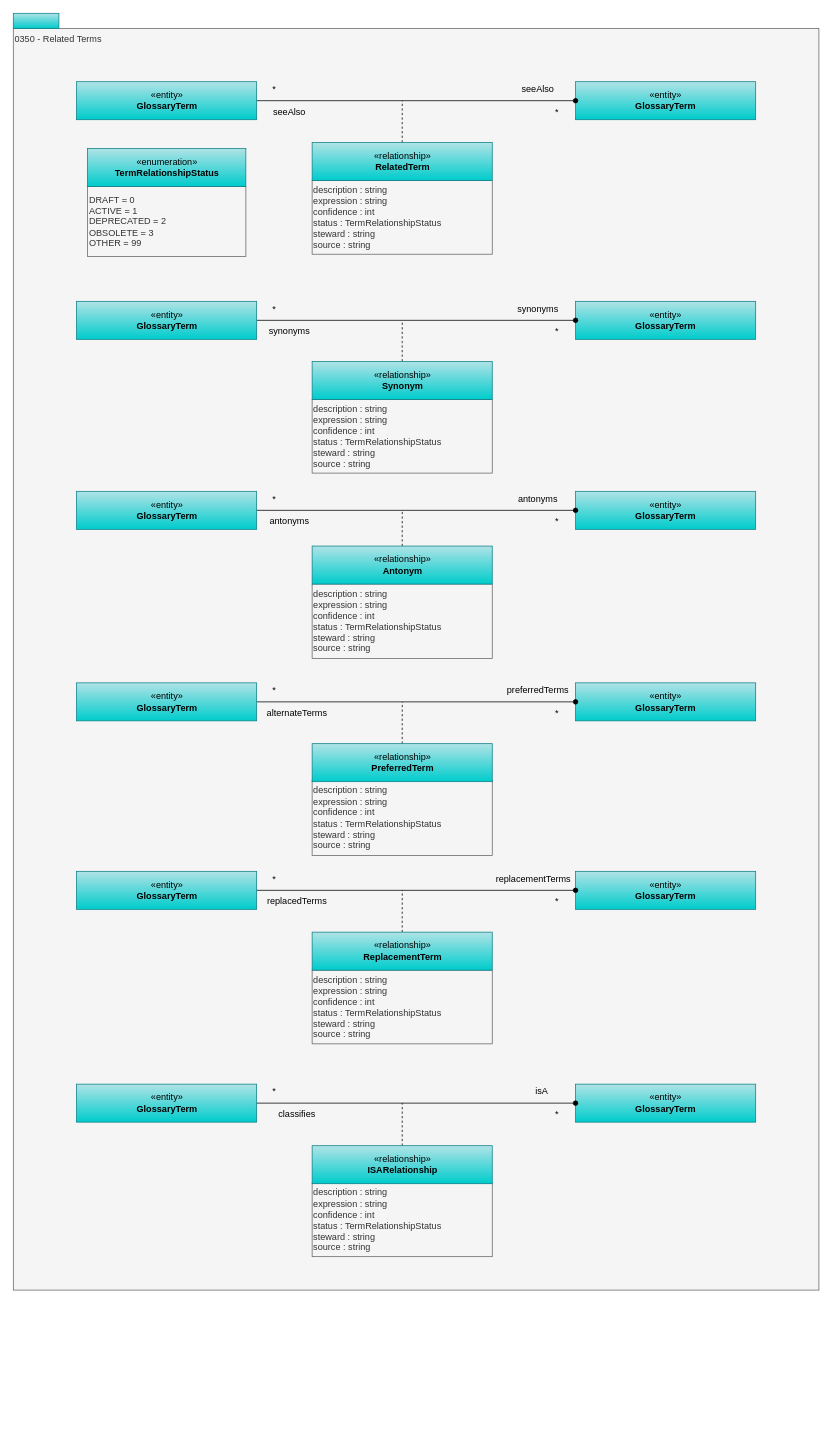
The draw.io diagram page "0350-Related-Terms" (5 of 11) of site/docs/types/3/area-3-glossary.drawio in odpi/egeria-docs, before the edit. Source tidied: cells renumbered, new cells numbered last; positions are measured from the earlier drawing's top-left corner, leaving out a move shared by most shapes. Both pictures are drawn from the tidied source at 76%, with x=0, y=0 at pixel (13, 13).
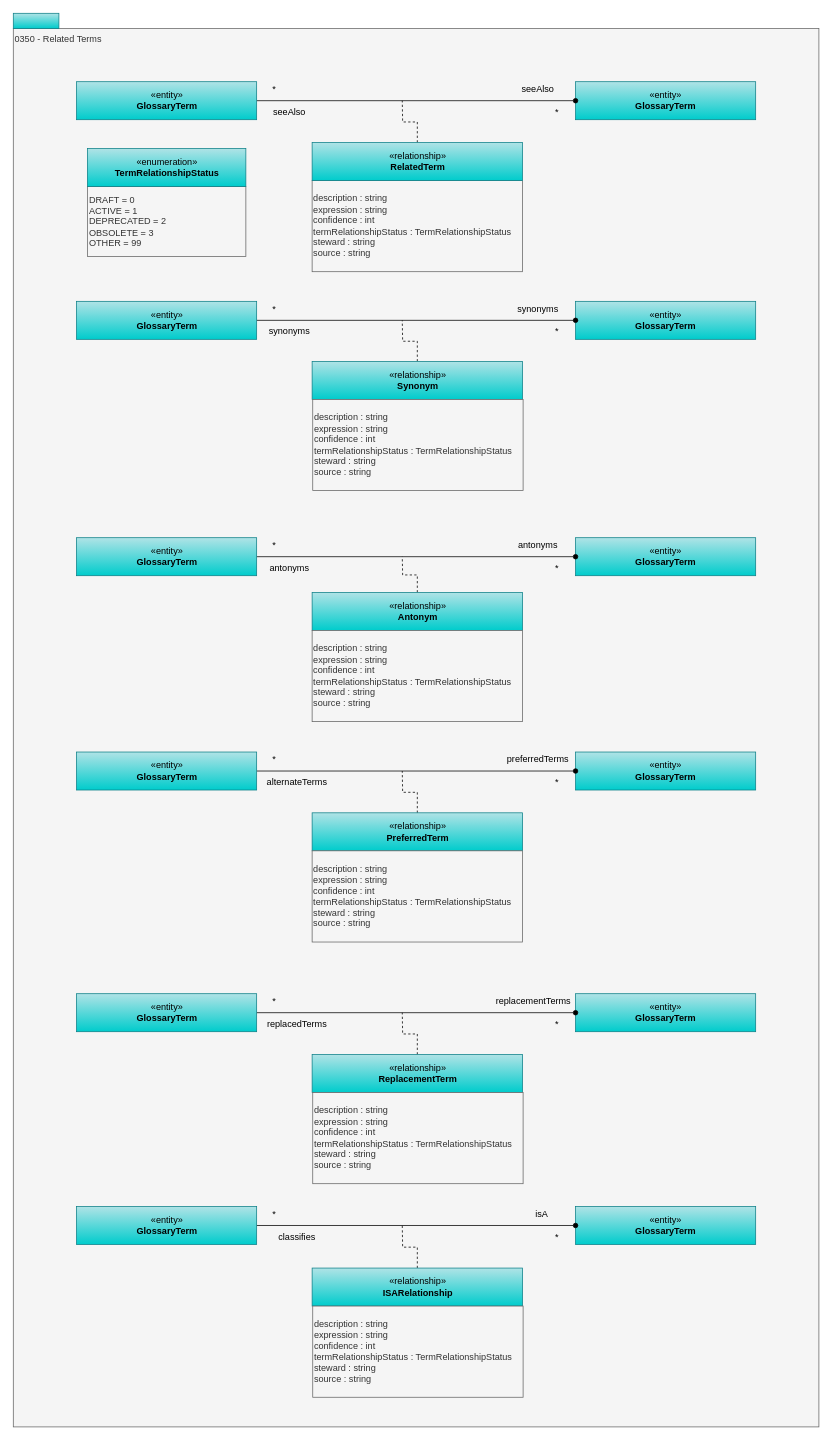
The same page after the edit.

What changed in the source:
```diff
@@
     <mxCell id="2" value="0350 - Related Terms" style="rounded=0;whiteSpace=wrap;html=1;align=left;verticalAlign=top;fillColor=#f5f5f5;fontColor=#333333;strokeColor=#666666;" parent="1" vertex="1">
-      <mxGeometry y="20" width="1060" height="1660" as="geometry" />
+      <mxGeometry y="20" width="1060" height="1840" as="geometry" />
     </mxCell>
@@
-    <mxCell id="5" value="description : string&lt;br&gt;expression : string&lt;div&gt;confidence : int&lt;br&gt;status : TermRelationshipStatus&lt;br&gt;steward : string&lt;br&gt;source : string&lt;/div&gt;" style="rounded=0;whiteSpace=wrap;html=1;strokeColor=#666666;align=left;fillColor=#f5f5f5;fontColor=#333333;" parent="1" vertex="1">
-      <mxGeometry x="393.2" y="220" width="237" height="97" as="geometry" />
+    <mxCell id="5" value="description : string&lt;br&gt;expression : string&lt;div&gt;confidence : int&lt;br&gt;termRelationshipStatus&amp;nbsp;: TermRelationshipStatus&lt;br&gt;steward : string&lt;br&gt;source : string&lt;/div&gt;" style="rounded=0;whiteSpace=wrap;html=1;strokeColor=#666666;align=left;fillColor=#f5f5f5;fontColor=#333333;" parent="1" vertex="1">
+      <mxGeometry x="393.2" y="220" width="276.8" height="120" as="geometry" />
     </mxCell>
@@
     <mxCell id="7" value="«relationship»&lt;br&gt;&lt;b&gt;RelatedTerm&lt;/b&gt;" style="html=1;strokeColor=#0e8088;align=center;fillColor=#b0e3e6;gradientColor=#00CCCC;" parent="1" vertex="1">
-      <mxGeometry x="393.2" y="170" width="237" height="50" as="geometry" />
+      <mxGeometry x="393.2" y="170" width="276.8" height="50" as="geometry" />
     </mxCell>
@@
-    <mxCell id="15" value="description : string&lt;br&gt;expression : string&lt;div&gt;confidence : int&lt;br&gt;status : TermRelationshipStatus&lt;br&gt;steward : string&lt;br&gt;source : string&lt;/div&gt;" style="rounded=0;whiteSpace=wrap;html=1;strokeColor=#666666;align=left;fillColor=#f5f5f5;fontColor=#333333;" parent="1" vertex="1">
-      <mxGeometry x="393.2" y="508" width="237" height="97" as="geometry" />
-    </mxCell>
@@
     <mxCell id="17" value="«relationship»&lt;br&gt;&lt;b&gt;Synonym&lt;/b&gt;" style="html=1;strokeColor=#0e8088;align=center;fillColor=#b0e3e6;gradientColor=#00CCCC;" parent="1" vertex="1">
-      <mxGeometry x="393.2" y="458" width="237" height="50" as="geometry" />
+      <mxGeometry x="393.2" y="458" width="276.8" height="50" as="geometry" />
     </mxCell>
@@
     <mxCell id="24" value="«entity»&lt;br&gt;&lt;b&gt;GlossaryTerm&lt;/b&gt;" style="html=1;strokeColor=#0e8088;align=center;fillColor=#b0e3e6;gradientColor=#00CCCC;" parent="1" vertex="1">
-      <mxGeometry x="739.8" y="629" width="237" height="50" as="geometry" />
+      <mxGeometry x="739.8" y="690" width="237" height="50" as="geometry" />
     </mxCell>
-    <mxCell id="25" value="description : string&lt;br&gt;expression : string&lt;div&gt;confidence : int&lt;br&gt;status : TermRelationshipStatus&lt;br&gt;steward : string&lt;br&gt;source : string&lt;/div&gt;" style="rounded=0;whiteSpace=wrap;html=1;strokeColor=#666666;align=left;fillColor=#f5f5f5;fontColor=#333333;" parent="1" vertex="1">
-      <mxGeometry x="393.2" y="751" width="237" height="98" as="geometry" />
-    </mxCell>
     <mxCell id="26" style="edgeStyle=orthogonalEdgeStyle;rounded=0;jettySize=auto;html=1;endArrow=none;endFill=0;dashed=1;" parent="1" edge="1" source="27">
       <mxGeometry relative="1" as="geometry">
-        <mxPoint x="511.8" y="654" as="targetPoint" />
+        <mxPoint x="511.8" y="715" as="targetPoint" />
       </mxGeometry>
     </mxCell>
     <mxCell id="27" value="«relationship»&lt;br&gt;&lt;b&gt;Antonym&lt;/b&gt;" style="html=1;strokeColor=#0e8088;align=center;fillColor=#b0e3e6;gradientColor=#00CCCC;" parent="1" vertex="1">
-      <mxGeometry x="393.2" y="701" width="237" height="50" as="geometry" />
+      <mxGeometry x="393.2" y="762" width="276.8" height="50" as="geometry" />
     </mxCell>
@@
     <mxCell id="29" value="«entity»&lt;br&gt;&lt;b&gt;GlossaryTerm&lt;/b&gt;" style="html=1;strokeColor=#0e8088;align=center;fillColor=#b0e3e6;gradientColor=#00CCCC;" parent="1" vertex="1">
-      <mxGeometry x="83.2" y="629" width="237" height="50" as="geometry" />
+      <mxGeometry x="83.2" y="690" width="237" height="50" as="geometry" />
     </mxCell>
     <mxCell id="30" value="antonyms" style="text;html=1;align=center;verticalAlign=middle;" parent="1" vertex="1">
-      <mxGeometry x="328.2" y="659" width="70" height="20" as="geometry" />
+      <mxGeometry x="328.2" y="720" width="70" height="20" as="geometry" />
     </mxCell>
     <mxCell id="31" value="antonyms" style="text;html=1;align=center;verticalAlign=middle;" parent="1" vertex="1">
-      <mxGeometry x="654.8" y="629" width="70" height="20" as="geometry" />
+      <mxGeometry x="654.8" y="690" width="70" height="20" as="geometry" />
     </mxCell>
     <mxCell id="32" value="*" style="text;html=1;align=center;verticalAlign=middle;" parent="1" vertex="1">
-      <mxGeometry x="333.2" y="629" width="20" height="20" as="geometry" />
+      <mxGeometry x="333.2" y="690" width="20" height="20" as="geometry" />
     </mxCell>
     <mxCell id="33" value="*" style="text;html=1;align=center;verticalAlign=middle;" parent="1" vertex="1">
-      <mxGeometry x="704.8" y="659" width="20" height="20" as="geometry" />
+      <mxGeometry x="704.8" y="720" width="20" height="20" as="geometry" />
     </mxCell>
     <mxCell id="34" value="«entity»&lt;br&gt;&lt;b&gt;GlossaryTerm&lt;/b&gt;" style="html=1;strokeColor=#0e8088;align=center;fillColor=#b0e3e6;gradientColor=#00CCCC;" parent="1" vertex="1">
-      <mxGeometry x="739.8" y="881" width="237" height="50" as="geometry" />
+      <mxGeometry x="739.8" y="972" width="237" height="50" as="geometry" />
     </mxCell>
-    <mxCell id="35" value="description : string&lt;br&gt;expression : string&lt;div&gt;confidence : int&lt;br&gt;status : TermRelationshipStatus&lt;br&gt;steward : string&lt;br&gt;source : string&lt;/div&gt;" style="rounded=0;whiteSpace=wrap;html=1;strokeColor=#666666;align=left;fillColor=#f5f5f5;fontColor=#333333;" parent="1" vertex="1">
-      <mxGeometry x="393.2" y="1009" width="237" height="99" as="geometry" />
-    </mxCell>
     <mxCell id="36" style="edgeStyle=orthogonalEdgeStyle;rounded=0;jettySize=auto;html=1;endArrow=none;endFill=0;dashed=1;" parent="1" edge="1" source="37">
       <mxGeometry relative="1" as="geometry">
-        <mxPoint x="511.8" y="906" as="targetPoint" />
+        <mxPoint x="511.8" y="997" as="targetPoint" />
       </mxGeometry>
     </mxCell>
     <mxCell id="37" value="«relationship»&lt;br&gt;&lt;b&gt;PreferredTerm&lt;/b&gt;" style="html=1;strokeColor=#0e8088;align=center;fillColor=#b0e3e6;gradientColor=#00CCCC;" parent="1" vertex="1">
-      <mxGeometry x="393.2" y="961" width="237" height="50" as="geometry" />
+      <mxGeometry x="393.2" y="1052" width="276.8" height="50" as="geometry" />
     </mxCell>
@@
     <mxCell id="39" value="«entity»&lt;br&gt;&lt;b&gt;GlossaryTerm&lt;/b&gt;" style="html=1;strokeColor=#0e8088;align=center;fillColor=#b0e3e6;gradientColor=#00CCCC;" parent="1" vertex="1">
-      <mxGeometry x="83.2" y="881" width="237" height="50" as="geometry" />
+      <mxGeometry x="83.2" y="972" width="237" height="50" as="geometry" />
     </mxCell>
     <mxCell id="40" value="alternateTerms" style="text;html=1;align=center;verticalAlign=middle;" parent="1" vertex="1">
-      <mxGeometry x="328.2" y="911" width="90" height="20" as="geometry" />
+      <mxGeometry x="328.2" y="1002" width="90" height="20" as="geometry" />
     </mxCell>
     <mxCell id="41" value="preferredTerms" style="text;html=1;align=center;verticalAlign=middle;" parent="1" vertex="1">
-      <mxGeometry x="639.8" y="881" width="100" height="20" as="geometry" />
+      <mxGeometry x="639.8" y="972" width="100" height="20" as="geometry" />
     </mxCell>
     <mxCell id="42" value="*" style="text;html=1;align=center;verticalAlign=middle;" parent="1" vertex="1">
-      <mxGeometry x="333.2" y="881" width="20" height="20" as="geometry" />
+      <mxGeometry x="333.2" y="972" width="20" height="20" as="geometry" />
     </mxCell>
     <mxCell id="43" value="*" style="text;html=1;align=center;verticalAlign=middle;" parent="1" vertex="1">
-      <mxGeometry x="704.8" y="911" width="20" height="20" as="geometry" />
+      <mxGeometry x="704.8" y="1002" width="20" height="20" as="geometry" />
     </mxCell>
     <mxCell id="44" value="«entity»&lt;br&gt;&lt;b&gt;GlossaryTerm&lt;/b&gt;" style="html=1;strokeColor=#0e8088;align=center;fillColor=#b0e3e6;gradientColor=#00CCCC;" parent="1" vertex="1">
-      <mxGeometry x="739.8" y="1129" width="237" height="50" as="geometry" />
+      <mxGeometry x="739.8" y="1290" width="237" height="50" as="geometry" />
     </mxCell>
-    <mxCell id="45" value="description : string&lt;br&gt;expression : string&lt;div&gt;confidence : int&lt;br&gt;status : TermRelationshipStatus&lt;br&gt;steward : string&lt;br&gt;source : string&lt;/div&gt;" style="rounded=0;whiteSpace=wrap;html=1;strokeColor=#666666;align=left;fillColor=#f5f5f5;fontColor=#333333;" parent="1" vertex="1">
-      <mxGeometry x="393.2" y="1259" width="237" height="97" as="geometry" />
-    </mxCell>
     <mxCell id="46" style="edgeStyle=orthogonalEdgeStyle;rounded=0;jettySize=auto;html=1;endArrow=none;endFill=0;dashed=1;" parent="1" edge="1" source="47">
       <mxGeometry relative="1" as="geometry">
-        <mxPoint x="511.8" y="1154" as="targetPoint" />
+        <mxPoint x="511.8" y="1315" as="targetPoint" />
       </mxGeometry>
     </mxCell>
     <mxCell id="47" value="«relationship»&lt;br&gt;&lt;b&gt;ReplacementTerm&lt;/b&gt;" style="html=1;strokeColor=#0e8088;align=center;fillColor=#b0e3e6;gradientColor=#00CCCC;" parent="1" vertex="1">
-      <mxGeometry x="393.2" y="1209" width="237" height="50" as="geometry" />
+      <mxGeometry x="393.2" y="1370" width="276.8" height="50" as="geometry" />
     </mxCell>
@@
     <mxCell id="49" value="«entity»&lt;br&gt;&lt;b&gt;GlossaryTerm&lt;/b&gt;" style="html=1;strokeColor=#0e8088;align=center;fillColor=#b0e3e6;gradientColor=#00CCCC;" parent="1" vertex="1">
-      <mxGeometry x="83.2" y="1129" width="237" height="50" as="geometry" />
+      <mxGeometry x="83.2" y="1290" width="237" height="50" as="geometry" />
     </mxCell>
     <mxCell id="50" value="replacedTerms" style="text;html=1;align=center;verticalAlign=middle;" parent="1" vertex="1">
-      <mxGeometry x="328.2" y="1159" width="90" height="20" as="geometry" />
+      <mxGeometry x="328.2" y="1320" width="90" height="20" as="geometry" />
     </mxCell>
     <mxCell id="51" value="replacementTerms" style="text;html=1;align=center;verticalAlign=middle;" parent="1" vertex="1">
-      <mxGeometry x="628.8" y="1129" width="110" height="20" as="geometry" />
+      <mxGeometry x="628.8" y="1290" width="110" height="20" as="geometry" />
     </mxCell>
     <mxCell id="52" value="*" style="text;html=1;align=center;verticalAlign=middle;" parent="1" vertex="1">
-      <mxGeometry x="333.2" y="1129" width="20" height="20" as="geometry" />
+      <mxGeometry x="333.2" y="1290" width="20" height="20" as="geometry" />
     </mxCell>
     <mxCell id="53" value="*" style="text;html=1;align=center;verticalAlign=middle;" parent="1" vertex="1">
-      <mxGeometry x="704.8" y="1159" width="20" height="20" as="geometry" />
+      <mxGeometry x="704.8" y="1320" width="20" height="20" as="geometry" />
     </mxCell>
     <mxCell id="54" value="«entity»&lt;br&gt;&lt;b&gt;GlossaryTerm&lt;/b&gt;" style="html=1;strokeColor=#0e8088;align=center;fillColor=#b0e3e6;gradientColor=#00CCCC;" parent="1" vertex="1">
-      <mxGeometry x="739.8" y="1409" width="237" height="50" as="geometry" />
+      <mxGeometry x="739.8" y="1570" width="237" height="50" as="geometry" />
     </mxCell>
-    <mxCell id="55" value="description : string&lt;br&gt;expression : string&lt;div&gt;confidence : int&lt;br&gt;status : TermRelationshipStatus&lt;br&gt;steward : string&lt;br&gt;source : string&lt;/div&gt;" style="rounded=0;whiteSpace=wrap;html=1;strokeColor=#666666;align=left;fillColor=#f5f5f5;fontColor=#333333;" parent="1" vertex="1">
-      <mxGeometry x="393.2" y="1539" width="237" height="97" as="geometry" />
-    </mxCell>
     <mxCell id="56" style="edgeStyle=orthogonalEdgeStyle;rounded=0;jettySize=auto;html=1;endArrow=none;endFill=0;dashed=1;" parent="1" edge="1" source="57">
       <mxGeometry relative="1" as="geometry">
-        <mxPoint x="511.8" y="1434" as="targetPoint" />
+        <mxPoint x="511.8" y="1595" as="targetPoint" />
       </mxGeometry>
     </mxCell>
     <mxCell id="57" value="«relationship»&lt;br&gt;&lt;b&gt;ISARelationship&lt;/b&gt;" style="html=1;strokeColor=#0e8088;align=center;fillColor=#b0e3e6;gradientColor=#00CCCC;" parent="1" vertex="1">
-      <mxGeometry x="393.2" y="1490" width="237" height="50" as="geometry" />
+      <mxGeometry x="393.2" y="1651" width="276.8" height="50" as="geometry" />
     </mxCell>
@@
     <mxCell id="59" value="«entity»&lt;br&gt;&lt;b&gt;GlossaryTerm&lt;/b&gt;" style="html=1;strokeColor=#0e8088;align=center;fillColor=#b0e3e6;gradientColor=#00CCCC;" parent="1" vertex="1">
-      <mxGeometry x="83.2" y="1409" width="237" height="50" as="geometry" />
+      <mxGeometry x="83.2" y="1570" width="237" height="50" as="geometry" />
     </mxCell>
     <mxCell id="60" value="classifies" style="text;html=1;align=center;verticalAlign=middle;" parent="1" vertex="1">
-      <mxGeometry x="343.2" y="1439" width="60" height="20" as="geometry" />
+      <mxGeometry x="343.2" y="1600" width="60" height="20" as="geometry" />
     </mxCell>
     <mxCell id="61" value="isA" style="text;html=1;align=center;verticalAlign=middle;" parent="1" vertex="1">
-      <mxGeometry x="679.8" y="1409" width="30" height="20" as="geometry" />
+      <mxGeometry x="679.8" y="1570" width="30" height="20" as="geometry" />
     </mxCell>
     <mxCell id="62" value="*" style="text;html=1;align=center;verticalAlign=middle;" parent="1" vertex="1">
-      <mxGeometry x="333.2" y="1409" width="20" height="20" as="geometry" />
+      <mxGeometry x="333.2" y="1570" width="20" height="20" as="geometry" />
     </mxCell>
     <mxCell id="63" value="*" style="text;html=1;align=center;verticalAlign=middle;" parent="1" vertex="1">
-      <mxGeometry x="704.8" y="1439" width="20" height="20" as="geometry" />
+      <mxGeometry x="704.8" y="1600" width="20" height="20" as="geometry" />
     </mxCell>
@@
+    <mxCell id="66" value="description : string&lt;br&gt;expression : string&lt;div&gt;confidence : int&lt;br&gt;termRelationshipStatus&amp;nbsp;: TermRelationshipStatus&lt;br&gt;steward : string&lt;br&gt;source : string&lt;/div&gt;" style="rounded=0;whiteSpace=wrap;html=1;strokeColor=#666666;align=left;fillColor=#f5f5f5;fontColor=#333333;" parent="1" vertex="1">
+      <mxGeometry x="394" y="508" width="276.8" height="120" as="geometry" />
+    </mxCell>
+    <mxCell id="67" value="description : string&lt;br&gt;expression : string&lt;div&gt;confidence : int&lt;br&gt;termRelationshipStatus&amp;nbsp;: TermRelationshipStatus&lt;br&gt;steward : string&lt;br&gt;source : string&lt;/div&gt;" style="rounded=0;whiteSpace=wrap;html=1;strokeColor=#666666;align=left;fillColor=#f5f5f5;fontColor=#333333;" parent="1" vertex="1">
+      <mxGeometry x="393.2" y="812" width="276.8" height="120" as="geometry" />
+    </mxCell>
+    <mxCell id="68" value="description : string&lt;br&gt;expression : string&lt;div&gt;confidence : int&lt;br&gt;termRelationshipStatus&amp;nbsp;: TermRelationshipStatus&lt;br&gt;steward : string&lt;br&gt;source : string&lt;/div&gt;" style="rounded=0;whiteSpace=wrap;html=1;strokeColor=#666666;align=left;fillColor=#f5f5f5;fontColor=#333333;" parent="1" vertex="1">
+      <mxGeometry x="393.2" y="1102" width="276.8" height="120" as="geometry" />
+    </mxCell>
+    <mxCell id="69" value="description : string&lt;br&gt;expression : string&lt;div&gt;confidence : int&lt;br&gt;termRelationshipStatus&amp;nbsp;: TermRelationshipStatus&lt;br&gt;steward : string&lt;br&gt;source : string&lt;/div&gt;" style="rounded=0;whiteSpace=wrap;html=1;strokeColor=#666666;align=left;fillColor=#f5f5f5;fontColor=#333333;" parent="1" vertex="1">
+      <mxGeometry x="394" y="1420" width="276.8" height="120" as="geometry" />
+    </mxCell>
+    <mxCell id="70" value="description : string&lt;br&gt;expression : string&lt;div&gt;confidence : int&lt;br&gt;termRelationshipStatus&amp;nbsp;: TermRelationshipStatus&lt;br&gt;steward : string&lt;br&gt;source : string&lt;/div&gt;" style="rounded=0;whiteSpace=wrap;html=1;strokeColor=#666666;align=left;fillColor=#f5f5f5;fontColor=#333333;" parent="1" vertex="1">
+      <mxGeometry x="394" y="1701" width="276.8" height="120" as="geometry" />
+    </mxCell>
```
